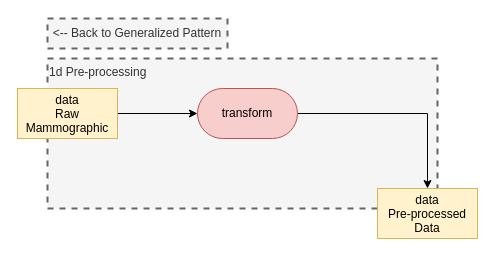
Before: page "Pre-processing" (3 of 6) of medical patterns to boxologies/Rule-Based Method pre-processes input data for ML Prediction (RBML)/REML.drawio in zonnesmit/thesis, a draw.io diagram. Source tidied: cells renumbered, new cells numbered last; positions are measured from the earlier drawing's top-left corner, leaving out a move shared by most shapes. Both pictures are drawn from the tidied source at 100%, with x=0, y=0 at pixel (17, 18).
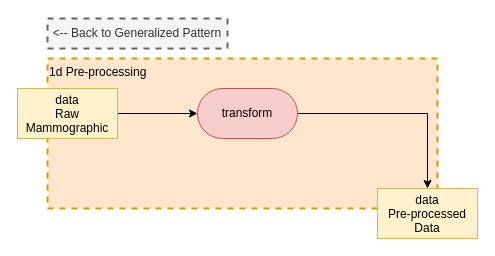
The same diagram, later.

What changed in the source:
```diff
@@
 <mxGraphModel>
   <root>
     <mxCell id="0" />
     <mxCell id="1" parent="0" />
-    <mxCell id="2" value="1d Pre-processing" style="text;html=1;align=left;verticalAlign=top;whiteSpace=wrap;rounded=0;dashed=1;fillColor=#f5f5f5;fontColor=#333333;strokeColor=#666666;strokeWidth=2;" parent="1" vertex="1">
+    <mxCell id="2" value="1d Pre-processing" style="text;html=1;align=left;verticalAlign=top;whiteSpace=wrap;rounded=0;dashed=1;fillColor=#ffe6cc;strokeColor=#d79b00;strokeWidth=2;" parent="1" vertex="1">
       <mxGeometry x="30" y="40" width="390" height="150" as="geometry" />
     </mxCell>
     <mxCell id="3" style="edgeStyle=orthogonalEdgeStyle;rounded=0;jettySize=auto;html=1;exitX=1;exitY=0.5;exitDx=0;exitDy=0;entryX=0;entryY=0.5;entryDx=0;entryDy=0;" parent="1" edge="1" source="4" target="6">
       <mxGeometry relative="1" as="geometry" />
     </mxCell>
     <mxCell id="4" value="data&#10;Raw&#10;Mammographic" style="rectangle;fillColor=#fff2cc;strokeColor=#d6b656;" parent="1" vertex="1">
       <mxGeometry y="70" width="100" height="50" as="geometry" />
     </mxCell>
     <mxCell id="5" style="edgeStyle=orthogonalEdgeStyle;rounded=0;jettySize=auto;html=1;exitX=1;exitY=0.5;exitDx=0;exitDy=0;entryX=0.5;entryY=0;entryDx=0;entryDy=0;" parent="1" edge="1" source="6" target="7">
       <mxGeometry relative="1" as="geometry" />
     </mxCell>
     <mxCell id="6" value="transform" style="rounded=1;whiteSpace=wrap;html=1;arcSize=50;fillColor=#f8cecc;strokeColor=#b85450;" parent="1" vertex="1">
       <mxGeometry x="180" y="70" width="100" height="50" as="geometry" />
     </mxCell>
     <mxCell id="7" value="data&#10;Pre-processed&#10;Data" style="rectangle;fillColor=#fff2cc;strokeColor=#d6b656;" parent="1" vertex="1">
       <mxGeometry x="360" y="170" width="100" height="50" as="geometry" />
     </mxCell>
-    <mxCell id="8" value="&amp;lt;-- Back to Generalized Pattern" style="text;html=1;align=center;verticalAlign=middle;whiteSpace=wrap;rounded=0;dashed=1;fillColor=#f5f5f5;fontColor=#333333;strokeColor=#666666;strokeWidth=2;" parent="1" vertex="1">
+    <mxCell id="8" value="&amp;lt;-- Back to Generalized Pattern" style="text;html=1;align=center;verticalAlign=middle;whiteSpace=wrap;rounded=0;dashed=1;fillColor=#f5f5f5;strokeColor=#666666;strokeWidth=2;fontColor=#333333;" parent="1" vertex="1">
       <mxGeometry x="30" width="180" height="30" as="geometry" />
     </mxCell>
   </root>
 </mxGraphModel>
```
